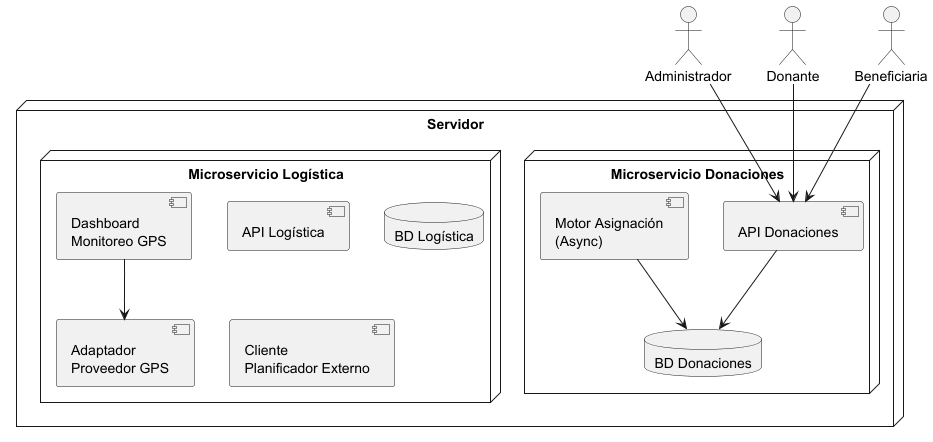
Before: Diagramas/diagramaDeDespliegue_ENTREGA_2.png, a diagram exported from PlantUML (snmaccio-dev/TPA-DDS).
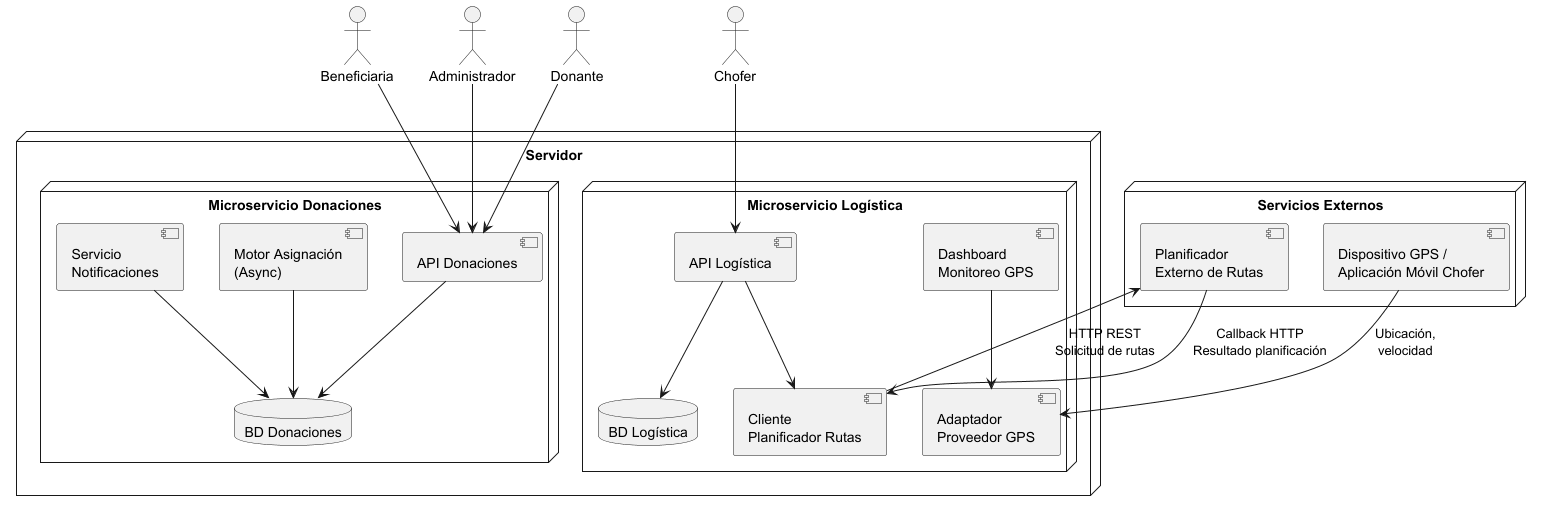
The same diagram one commit later.

Commit message:
Diagrama de despliegue

The edit, as a diff of the source:
```diff
@@ -3,49 +3,77 @@
 actor Administrador
 actor Donante
 actor Beneficiaria
+actor Chofer
 
 
 node "Servidor" {
 
 
-node "Microservicio Donaciones" {
+    node "Microservicio Donaciones" {
 
-component "API Donaciones" as apiDonaciones
+        component "API Donaciones" as apiDonaciones
 
-database "BD Donaciones" as bdDonaciones
+        database "BD Donaciones" as bdDonaciones
 
-component "Motor Asignación\n(Async)" as motor
+        component "Motor Asignación\n(Async)" as motor
+
+        component "Servicio\nNotificaciones" as notificador
 
 
-apiDonaciones --> bdDonaciones
-motor --> bdDonaciones
+        apiDonaciones --> bdDonaciones
+        motor --> bdDonaciones
+        notificador --> bdDonaciones
+    }
+
+
+
+    node "Microservicio Logística" {
+
+        component "API Logística" as apiLogistica
+
+        database "BD Logística" as bdLogistica
+
+        component "Dashboard\nMonitoreo GPS" as dashboard
+
+        component "Adaptador\nProveedor GPS" as gps
+
+        component "Cliente\nPlanificador Rutas" as clientePlanner
+
+
+        apiLogistica --> bdLogistica
+
+        dashboard --> gps
+
+        apiLogistica --> clientePlanner
+    }
 
 }
 
 
-node "Microservicio Logística" {
+node "Servicios Externos" {
 
-component "API Logística" as apiLogistica
+    component "Planificador\nExterno de Rutas" as planificador
 
-database "BD Logística" as bdLogistica
-
-component "Dashboard\nMonitoreo GPS" as dashboard
-
-component "Adaptador\nProveedor GPS" as gps
-
-component "Cliente\nPlanificador Externo" as planner
-
-
-dashboard --> gps
-
-}
-
+    component "Dispositivo GPS /\nAplicación Móvil Chofer" as proveedorGPS
 
 }
 
 
 Administrador --> apiDonaciones
+
 Donante --> apiDonaciones
+
 Beneficiaria --> apiDonaciones
 
+Chofer --> apiLogistica
+
+
+clientePlanner --> planificador : HTTP REST\nSolicitud de rutas
+
+planificador --> clientePlanner : Callback HTTP\nResultado planificación
+
+
+proveedorGPS --> gps : Ubicación,\nvelocidad
+
+
 @enduml
```
